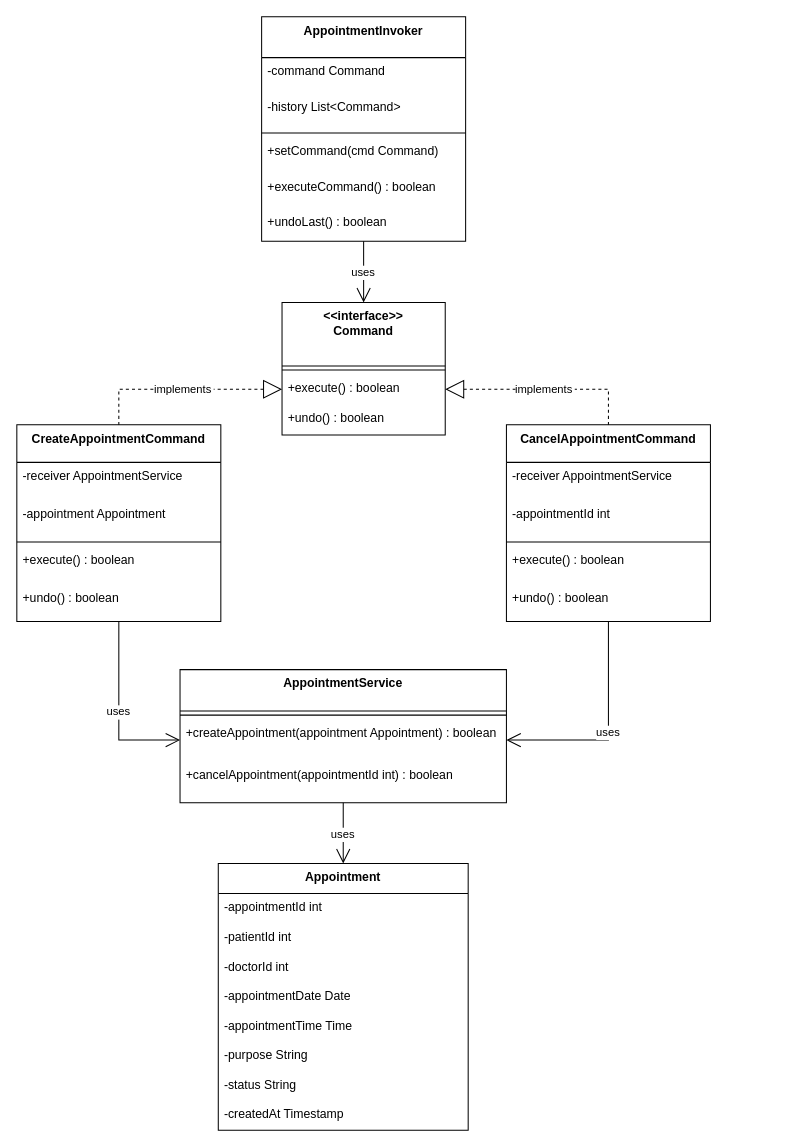
This is uml/Command.drawio from TAAgnes3110/DesignPatterns, a draw.io file, before an edit. Source tidied: cells renumbered, new cells numbered last; positions are measured from the earlier drawing's top-left corner, leaving out a move shared by most shapes. Both pictures are drawn from the tidied source at 102%, with x=0, y=0 at pixel (16, 16).
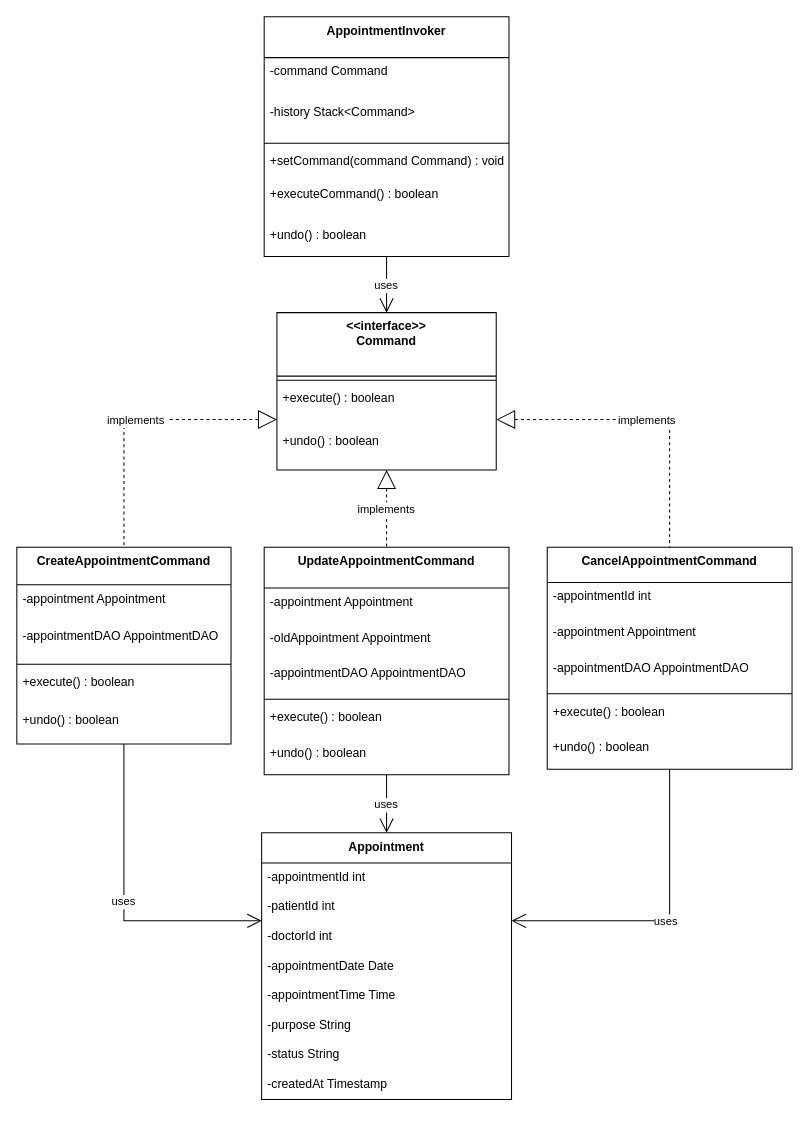
After the change.

The edit, as a diff of the source:
```diff
@@
-    <mxCell id="2" value="&lt;&lt;interface&gt;&gt;&#10;Command" style="swimlane;fontStyle=1;align=center;verticalAlign=top;horizontal=1;startSize=62.25;" parent="1" vertex="1">
-      <mxGeometry x="260" y="280" width="160" height="130" as="geometry" />
-    </mxCell>
-    <mxCell id="3" style="line;strokeWidth=1;fillColor=none;align=left;verticalAlign=middle;spacingTop=-1;spacingLeft=3;spacingRight=3;labelPosition=right;strokeColor=inherit;" parent="2" vertex="1">
-      <mxGeometry y="62.2" width="160" height="8" as="geometry" />
-    </mxCell>
-    <mxCell id="4" value="+execute() : boolean" style="text;strokeColor=none;fillColor=none;align=left;verticalAlign=top;spacingLeft=4;spacingRight=4;overflow=hidden;points=[[0,0.5],[1,0.5]];portConstraint=eastwest;" parent="2" vertex="1">
-      <mxGeometry y="70.2" width="160" height="29.8" as="geometry" />
-    </mxCell>
-    <mxCell id="5" value="+undo() : boolean" style="text;strokeColor=none;fillColor=none;align=left;verticalAlign=top;spacingLeft=4;spacingRight=4;overflow=hidden;" parent="2" vertex="1">
-      <mxGeometry y="100" width="160" height="30" as="geometry" />
-    </mxCell>
-    <mxCell id="6" value="CreateAppointmentCommand" style="swimlane;fontStyle=1;align=center;verticalAlign=top;horizontal=1;startSize=36.8;" parent="1" vertex="1">
-      <mxGeometry y="400" width="200" height="192.8" as="geometry" />
-    </mxCell>
-    <mxCell id="7" value="-receiver AppointmentService" style="text;strokeColor=none;fillColor=none;align=left;verticalAlign=top;spacingLeft=4;spacingRight=4;overflow=hidden;" parent="6" vertex="1">
-      <mxGeometry y="36.8" width="200" height="37" as="geometry" />
-    </mxCell>
-    <mxCell id="8" value="-appointment Appointment" style="text;strokeColor=none;fillColor=none;align=left;verticalAlign=top;spacingLeft=4;spacingRight=4;overflow=hidden;" parent="6" vertex="1">
-      <mxGeometry y="73.8" width="200" height="37" as="geometry" />
-    </mxCell>
-    <mxCell id="9" style="line;strokeWidth=1;fillColor=none;align=left;verticalAlign=middle;spacingTop=-1;spacingLeft=3;spacingRight=3;labelPosition=right;strokeColor=inherit;" parent="6" vertex="1">
-      <mxGeometry y="110.8" width="200" height="8" as="geometry" />
-    </mxCell>
-    <mxCell id="10" value="+execute() : boolean" style="text;strokeColor=none;fillColor=none;align=left;verticalAlign=top;spacingLeft=4;spacingRight=4;overflow=hidden;" parent="6" vertex="1">
-      <mxGeometry y="118.8" width="200" height="37" as="geometry" />
-    </mxCell>
-    <mxCell id="11" value="+undo() : boolean" style="text;strokeColor=none;fillColor=none;align=left;verticalAlign=top;spacingLeft=4;spacingRight=4;overflow=hidden;" parent="6" vertex="1">
-      <mxGeometry y="155.8" width="200" height="37" as="geometry" />
-    </mxCell>
-    <mxCell id="12" value="CancelAppointmentCommand" style="swimlane;fontStyle=1;align=center;verticalAlign=top;horizontal=1;startSize=36.8;" parent="1" vertex="1">
-      <mxGeometry x="480" y="400" width="200" height="192.8" as="geometry" />
-    </mxCell>
-    <mxCell id="13" value="-receiver AppointmentService" style="text;strokeColor=none;fillColor=none;align=left;verticalAlign=top;spacingLeft=4;spacingRight=4;overflow=hidden;" parent="12" vertex="1">
-      <mxGeometry y="36.8" width="200" height="37" as="geometry" />
-    </mxCell>
-    <mxCell id="14" value="-appointmentId int" style="text;strokeColor=none;fillColor=none;align=left;verticalAlign=top;spacingLeft=4;spacingRight=4;overflow=hidden;" parent="12" vertex="1">
-      <mxGeometry y="73.8" width="200" height="37" as="geometry" />
-    </mxCell>
-    <mxCell id="15" style="line;strokeWidth=1;fillColor=none;align=left;verticalAlign=middle;spacingTop=-1;spacingLeft=3;spacingRight=3;labelPosition=right;strokeColor=inherit;" parent="12" vertex="1">
-      <mxGeometry y="110.8" width="200" height="8" as="geometry" />
-    </mxCell>
-    <mxCell id="16" value="+execute() : boolean" style="text;strokeColor=none;fillColor=none;align=left;verticalAlign=top;spacingLeft=4;spacingRight=4;overflow=hidden;" parent="12" vertex="1">
-      <mxGeometry y="118.8" width="200" height="37" as="geometry" />
-    </mxCell>
-    <mxCell id="17" value="+undo() : boolean" style="text;strokeColor=none;fillColor=none;align=left;verticalAlign=top;spacingLeft=4;spacingRight=4;overflow=hidden;" parent="12" vertex="1">
-      <mxGeometry y="155.8" width="200" height="37" as="geometry" />
-    </mxCell>
-    <mxCell id="18" value="AppointmentService" style="swimlane;fontStyle=1;align=center;verticalAlign=top;horizontal=1;startSize=40.57142857142857;" parent="1" vertex="1">
-      <mxGeometry x="160" y="640" width="320" height="130.6" as="geometry" />
-    </mxCell>
-    <mxCell id="19" style="line;strokeWidth=1;fillColor=none;align=left;verticalAlign=middle;spacingTop=-1;spacingLeft=3;spacingRight=3;labelPosition=right;strokeColor=inherit;" parent="18" vertex="1">
-      <mxGeometry y="40.6" width="320" height="8" as="geometry" />
-    </mxCell>
-    <mxCell id="20" value="+createAppointment(appointment Appointment) : boolean" style="text;strokeColor=none;fillColor=none;align=left;verticalAlign=top;spacingLeft=4;spacingRight=4;overflow=hidden;points=[[0,0.5],[1,0.5]];portConstraint=eastwest;" parent="18" vertex="1">
-      <mxGeometry y="48.6" width="320" height="41" as="geometry" />
-    </mxCell>
-    <mxCell id="21" value="+cancelAppointment(appointmentId int) : boolean" style="text;strokeColor=none;fillColor=none;align=left;verticalAlign=top;spacingLeft=4;spacingRight=4;overflow=hidden;" parent="18" vertex="1">
-      <mxGeometry y="89.6" width="320" height="41" as="geometry" />
-    </mxCell>
-    <mxCell id="22" value="AppointmentInvoker" style="swimlane;fontStyle=1;align=center;verticalAlign=top;horizontal=1;startSize=40;" parent="1" vertex="1">
-      <mxGeometry x="240" width="200" height="220" as="geometry" />
-    </mxCell>
-    <mxCell id="23" value="-command Command" style="text;strokeColor=none;fillColor=none;align=left;verticalAlign=top;spacingLeft=4;spacingRight=4;overflow=hidden;" parent="22" vertex="1">
-      <mxGeometry y="40" width="200" height="35" as="geometry" />
-    </mxCell>
-    <mxCell id="24" value="-history List&lt;Command&gt;" style="text;strokeColor=none;fillColor=none;align=left;verticalAlign=top;spacingLeft=4;spacingRight=4;overflow=hidden;" parent="22" vertex="1">
-      <mxGeometry y="75" width="200" height="35" as="geometry" />
-    </mxCell>
-    <mxCell id="25" style="line;strokeWidth=1;fillColor=none;align=left;verticalAlign=middle;spacingTop=-1;spacingLeft=3;spacingRight=3;labelPosition=right;strokeColor=inherit;" parent="22" vertex="1">
-      <mxGeometry y="110" width="200" height="8" as="geometry" />
-    </mxCell>
-    <mxCell id="26" value="+setCommand(cmd Command)" style="text;strokeColor=none;fillColor=none;align=left;verticalAlign=top;spacingLeft=4;spacingRight=4;overflow=hidden;" parent="22" vertex="1">
-      <mxGeometry y="118" width="200" height="35" as="geometry" />
-    </mxCell>
-    <mxCell id="27" value="+executeCommand() : boolean" style="text;strokeColor=none;fillColor=none;align=left;verticalAlign=top;spacingLeft=4;spacingRight=4;overflow=hidden;" parent="22" vertex="1">
-      <mxGeometry y="153" width="200" height="35" as="geometry" />
-    </mxCell>
-    <mxCell id="28" value="+undoLast() : boolean" style="text;strokeColor=none;fillColor=none;align=left;verticalAlign=top;spacingLeft=4;spacingRight=4;overflow=hidden;" parent="22" vertex="1">
-      <mxGeometry y="188" width="200" height="32" as="geometry" />
-    </mxCell>
     <mxCell id="29" value="Appointment" style="swimlane;fontStyle=1;align=center;verticalAlign=top;horizontal=1;startSize=29.473684210526315;" parent="1" vertex="1">
-      <mxGeometry x="197.5" y="830" width="245" height="261.5" as="geometry" />
+      <mxGeometry x="240" y="800" width="245" height="261.5" as="geometry" />
     </mxCell>
@@
-    <mxCell id="38" value="implements" style="dashed=1;startArrow=block;startSize=16;startFill=0;endArrow=none;exitX=0;exitY=0.5;entryX=0.5;entryY=0;rounded=0;exitDx=0;exitDy=0;edgeStyle=orthogonalEdgeStyle;" parent="1" edge="1" source="4" target="6">
-      <mxGeometry relative="1" as="geometry" />
-    </mxCell>
-    <mxCell id="39" value="implements" style="dashed=1;startArrow=block;startSize=16;startFill=0;endArrow=none;exitX=1;exitY=0.5;entryX=0.5;entryY=0;rounded=0;exitDx=0;exitDy=0;edgeStyle=orthogonalEdgeStyle;" parent="1" edge="1" source="4" target="12">
-      <mxGeometry relative="1" as="geometry" />
-    </mxCell>
-    <mxCell id="40" value="uses" style="startArrow=none;endArrow=open;endSize=12;exitX=0.5;exitY=1;entryX=0;entryY=0.5;rounded=0;entryDx=0;entryDy=0;edgeStyle=orthogonalEdgeStyle;" parent="1" edge="1" source="6" target="20">
-      <mxGeometry relative="1" as="geometry" />
-    </mxCell>
-    <mxCell id="41" value="uses" style="startArrow=none;endArrow=open;endSize=12;exitX=0.5;exitY=1;entryX=1;entryY=0.5;rounded=0;entryDx=0;entryDy=0;edgeStyle=orthogonalEdgeStyle;" parent="1" edge="1" source="12" target="20">
-      <mxGeometry relative="1" as="geometry" />
-    </mxCell>
+    <mxCell id="2" value="&lt;&lt;interface&gt;&gt;&#10;Command" style="swimlane;fontStyle=1;align=center;verticalAlign=top;horizontal=1;startSize=62.25;" parent="1" vertex="1">
+      <mxGeometry x="255" y="290" width="215" height="154.2" as="geometry" />
+    </mxCell>
+    <mxCell id="44" style="line;strokeWidth=1;fillColor=none;align=left;verticalAlign=middle;spacingTop=-1;spacingLeft=3;spacingRight=3;labelPosition=right;strokeColor=inherit;" parent="2" vertex="1">
+      <mxGeometry y="62.2" width="215" height="8" as="geometry" />
+    </mxCell>
+    <mxCell id="45" value="+execute() : boolean" style="text;strokeColor=none;fillColor=none;align=left;verticalAlign=top;spacingLeft=4;spacingRight=4;overflow=hidden;" parent="2" vertex="1">
+      <mxGeometry y="70.2" width="215" height="42" as="geometry" />
+    </mxCell>
+    <mxCell id="46" value="+undo() : boolean" style="text;strokeColor=none;fillColor=none;align=left;verticalAlign=top;spacingLeft=4;spacingRight=4;overflow=hidden;" parent="2" vertex="1">
+      <mxGeometry y="112.2" width="215" height="42" as="geometry" />
+    </mxCell>
+    <mxCell id="6" value="CreateAppointmentCommand" style="swimlane;fontStyle=1;align=center;verticalAlign=top;horizontal=1;startSize=36.8;" parent="1" vertex="1">
+      <mxGeometry y="520" width="210" height="192.8" as="geometry" />
+    </mxCell>
+    <mxCell id="47" value="-appointment Appointment" style="text;strokeColor=none;fillColor=none;align=left;verticalAlign=top;spacingLeft=4;spacingRight=4;overflow=hidden;" parent="6" vertex="1">
+      <mxGeometry y="36.8" width="210" height="37" as="geometry" />
+    </mxCell>
+    <mxCell id="48" value="-appointmentDAO AppointmentDAO" style="text;strokeColor=none;fillColor=none;align=left;verticalAlign=top;spacingLeft=4;spacingRight=4;overflow=hidden;" parent="6" vertex="1">
+      <mxGeometry y="73.8" width="210" height="37" as="geometry" />
+    </mxCell>
+    <mxCell id="49" style="line;strokeWidth=1;fillColor=none;align=left;verticalAlign=middle;spacingTop=-1;spacingLeft=3;spacingRight=3;labelPosition=right;strokeColor=inherit;" parent="6" vertex="1">
+      <mxGeometry y="110.8" width="210" height="8" as="geometry" />
+    </mxCell>
+    <mxCell id="50" value="+execute() : boolean" style="text;strokeColor=none;fillColor=none;align=left;verticalAlign=top;spacingLeft=4;spacingRight=4;overflow=hidden;" parent="6" vertex="1">
+      <mxGeometry y="118.8" width="210" height="37" as="geometry" />
+    </mxCell>
+    <mxCell id="51" value="+undo() : boolean" style="text;strokeColor=none;fillColor=none;align=left;verticalAlign=top;spacingLeft=4;spacingRight=4;overflow=hidden;" parent="6" vertex="1">
+      <mxGeometry y="155.8" width="210" height="37" as="geometry" />
+    </mxCell>
+    <mxCell id="52" value="UpdateAppointmentCommand" style="swimlane;fontStyle=1;align=center;verticalAlign=top;horizontal=1;startSize=40;" parent="1" vertex="1">
+      <mxGeometry x="242.5" y="520" width="240" height="223" as="geometry" />
+    </mxCell>
+    <mxCell id="53" value="-appointment Appointment" style="text;strokeColor=none;fillColor=none;align=left;verticalAlign=top;spacingLeft=4;spacingRight=4;overflow=hidden;" parent="52" vertex="1">
+      <mxGeometry y="40" width="240" height="35" as="geometry" />
+    </mxCell>
+    <mxCell id="54" value="-oldAppointment Appointment" style="text;strokeColor=none;fillColor=none;align=left;verticalAlign=top;spacingLeft=4;spacingRight=4;overflow=hidden;" parent="52" vertex="1">
+      <mxGeometry y="75" width="240" height="35" as="geometry" />
+    </mxCell>
+    <mxCell id="55" value="-appointmentDAO AppointmentDAO" style="text;strokeColor=none;fillColor=none;align=left;verticalAlign=top;spacingLeft=4;spacingRight=4;overflow=hidden;" parent="52" vertex="1">
+      <mxGeometry y="110" width="240" height="35" as="geometry" />
+    </mxCell>
+    <mxCell id="56" style="line;strokeWidth=1;fillColor=none;align=left;verticalAlign=middle;spacingTop=-1;spacingLeft=3;spacingRight=3;labelPosition=right;strokeColor=inherit;" parent="52" vertex="1">
+      <mxGeometry y="145" width="240" height="8" as="geometry" />
+    </mxCell>
+    <mxCell id="57" value="+execute() : boolean" style="text;strokeColor=none;fillColor=none;align=left;verticalAlign=top;spacingLeft=4;spacingRight=4;overflow=hidden;" parent="52" vertex="1">
+      <mxGeometry y="153" width="240" height="35" as="geometry" />
+    </mxCell>
+    <mxCell id="58" value="+undo() : boolean" style="text;strokeColor=none;fillColor=none;align=left;verticalAlign=top;spacingLeft=4;spacingRight=4;overflow=hidden;" parent="52" vertex="1">
+      <mxGeometry y="188" width="240" height="35" as="geometry" />
+    </mxCell>
+    <mxCell id="12" value="CancelAppointmentCommand" style="swimlane;fontStyle=1;align=center;verticalAlign=top;horizontal=1;startSize=34.666666666666664;" parent="1" vertex="1">
+      <mxGeometry x="520" y="520" width="240" height="217.7" as="geometry" />
+    </mxCell>
+    <mxCell id="14" value="-appointmentId int" style="text;strokeColor=none;fillColor=none;align=left;verticalAlign=top;spacingLeft=4;spacingRight=4;overflow=hidden;" parent="12" vertex="1">
+      <mxGeometry y="34.7" width="240" height="35" as="geometry" />
+    </mxCell>
+    <mxCell id="59" value="-appointment Appointment" style="text;strokeColor=none;fillColor=none;align=left;verticalAlign=top;spacingLeft=4;spacingRight=4;overflow=hidden;" parent="12" vertex="1">
+      <mxGeometry y="69.7" width="240" height="35" as="geometry" />
+    </mxCell>
+    <mxCell id="60" value="-appointmentDAO AppointmentDAO" style="text;strokeColor=none;fillColor=none;align=left;verticalAlign=top;spacingLeft=4;spacingRight=4;overflow=hidden;" parent="12" vertex="1">
+      <mxGeometry y="104.7" width="240" height="35" as="geometry" />
+    </mxCell>
+    <mxCell id="61" style="line;strokeWidth=1;fillColor=none;align=left;verticalAlign=middle;spacingTop=-1;spacingLeft=3;spacingRight=3;labelPosition=right;strokeColor=inherit;" parent="12" vertex="1">
+      <mxGeometry y="139.7" width="240" height="8" as="geometry" />
+    </mxCell>
+    <mxCell id="62" value="+execute() : boolean" style="text;strokeColor=none;fillColor=none;align=left;verticalAlign=top;spacingLeft=4;spacingRight=4;overflow=hidden;" parent="12" vertex="1">
+      <mxGeometry y="147.7" width="240" height="35" as="geometry" />
+    </mxCell>
+    <mxCell id="63" value="+undo() : boolean" style="text;strokeColor=none;fillColor=none;align=left;verticalAlign=top;spacingLeft=4;spacingRight=4;overflow=hidden;" parent="12" vertex="1">
+      <mxGeometry y="182.7" width="240" height="35" as="geometry" />
+    </mxCell>
+    <mxCell id="22" value="AppointmentInvoker" style="swimlane;fontStyle=1;align=center;verticalAlign=top;horizontal=1;startSize=40;" parent="1" vertex="1">
+      <mxGeometry x="242.5" width="240" height="235" as="geometry" />
+    </mxCell>
+    <mxCell id="23" value="-command Command" style="text;strokeColor=none;fillColor=none;align=left;verticalAlign=top;spacingLeft=4;spacingRight=4;overflow=hidden;" parent="22" vertex="1">
+      <mxGeometry y="40" width="240" height="40" as="geometry" />
+    </mxCell>
+    <mxCell id="64" value="-history Stack&lt;Command&gt;" style="text;strokeColor=none;fillColor=none;align=left;verticalAlign=top;spacingLeft=4;spacingRight=4;overflow=hidden;" parent="22" vertex="1">
+      <mxGeometry y="80" width="240" height="40" as="geometry" />
+    </mxCell>
+    <mxCell id="65" style="line;strokeWidth=1;fillColor=none;align=left;verticalAlign=middle;spacingTop=-1;spacingLeft=3;spacingRight=3;labelPosition=right;strokeColor=inherit;" parent="22" vertex="1">
+      <mxGeometry y="120" width="240" height="8" as="geometry" />
+    </mxCell>
+    <mxCell id="66" value="+setCommand(command Command) : void" style="text;strokeColor=none;fillColor=none;align=left;verticalAlign=top;spacingLeft=4;spacingRight=4;overflow=hidden;" parent="22" vertex="1">
+      <mxGeometry y="128" width="240" height="32" as="geometry" />
+    </mxCell>
+    <mxCell id="27" value="+executeCommand() : boolean" style="text;strokeColor=none;fillColor=none;align=left;verticalAlign=top;spacingLeft=4;spacingRight=4;overflow=hidden;" parent="22" vertex="1">
+      <mxGeometry y="160" width="240" height="40" as="geometry" />
+    </mxCell>
+    <mxCell id="67" value="+undo() : boolean" style="text;strokeColor=none;fillColor=none;align=left;verticalAlign=top;spacingLeft=4;spacingRight=4;overflow=hidden;" parent="22" vertex="1">
+      <mxGeometry y="200" width="240" height="35" as="geometry" />
+    </mxCell>
+    <mxCell id="68" value="implements" style="dashed=1;startArrow=block;startSize=16;startFill=0;endArrow=none;exitX=0;exitY=0.68;entryX=0.5;entryY=0;rounded=0;edgeStyle=orthogonalEdgeStyle;" parent="1" edge="1" source="2" target="6">
+      <mxGeometry relative="1" as="geometry" />
+    </mxCell>
+    <mxCell id="69" value="implements" style="dashed=1;startArrow=block;startSize=16;startFill=0;endArrow=none;exitX=0.5;exitY=1;entryX=0.5;entryY=0;rounded=0;" parent="1" edge="1" source="2" target="52">
+      <mxGeometry relative="1" as="geometry" />
+    </mxCell>
+    <mxCell id="70" value="implements" style="dashed=1;startArrow=block;startSize=16;startFill=0;endArrow=none;exitX=1;exitY=0.68;entryX=0.5;entryY=0;rounded=0;edgeStyle=orthogonalEdgeStyle;" parent="1" edge="1" source="2" target="12">
+      <mxGeometry relative="1" as="geometry" />
+    </mxCell>
@@
-    <mxCell id="43" value="uses" style="startArrow=none;endArrow=open;endSize=12;exitX=0.5;exitY=1;entryX=0.5;entryY=0;rounded=0;" parent="1" edge="1" source="18" target="29">
-      <mxGeometry relative="1" as="geometry" />
-    </mxCell>
+    <mxCell id="71" value="uses" style="startArrow=none;endArrow=open;endSize=12;exitX=0.5;exitY=1;entryX=0;entryY=0.33;rounded=0;edgeStyle=orthogonalEdgeStyle;" parent="1" edge="1" source="6" target="29">
+      <mxGeometry relative="1" as="geometry" />
+    </mxCell>
+    <mxCell id="72" value="uses" style="startArrow=none;endArrow=open;endSize=12;exitX=0.5;exitY=1;entryX=0.5;entryY=0;rounded=0;" parent="1" edge="1" source="52" target="29">
+      <mxGeometry relative="1" as="geometry" />
+    </mxCell>
+    <mxCell id="73" value="uses" style="startArrow=none;endArrow=open;endSize=12;exitX=0.5;exitY=1;entryX=1;entryY=0.33;rounded=0;edgeStyle=orthogonalEdgeStyle;" parent="1" edge="1" source="12" target="29">
+      <mxGeometry relative="1" as="geometry" />
+    </mxCell>
```
